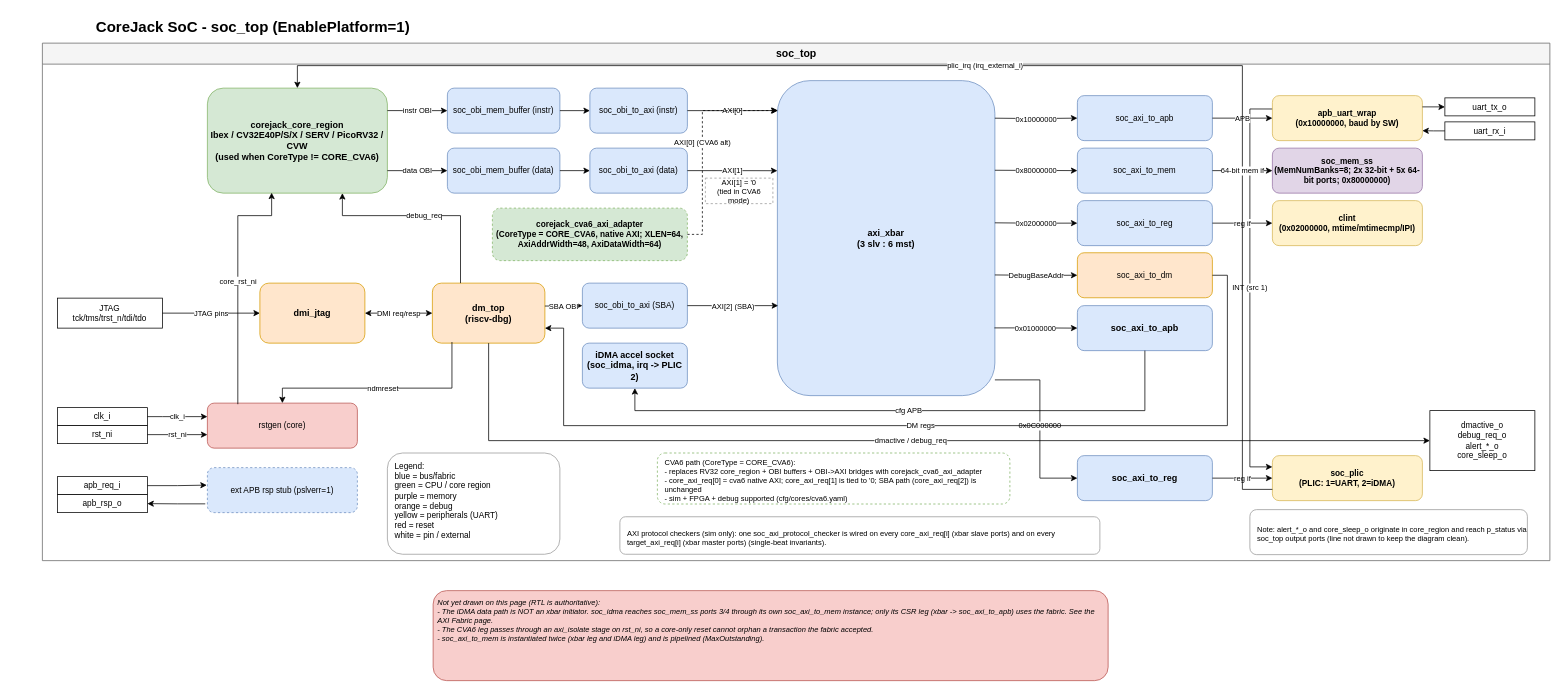
This is page "SoC Top-Level" (1 of 8) of docs/source/media/corejack_soc.drawio from patrickerich/corejack, a draw.io file, before an edit. Source tidied: cells renumbered, new cells numbered last; positions are measured from the earlier drawing's top-left corner, leaving out a move shared by most shapes. Both pictures are drawn from the tidied source at 75%, with x=0, y=0 at pixel (13, 13).
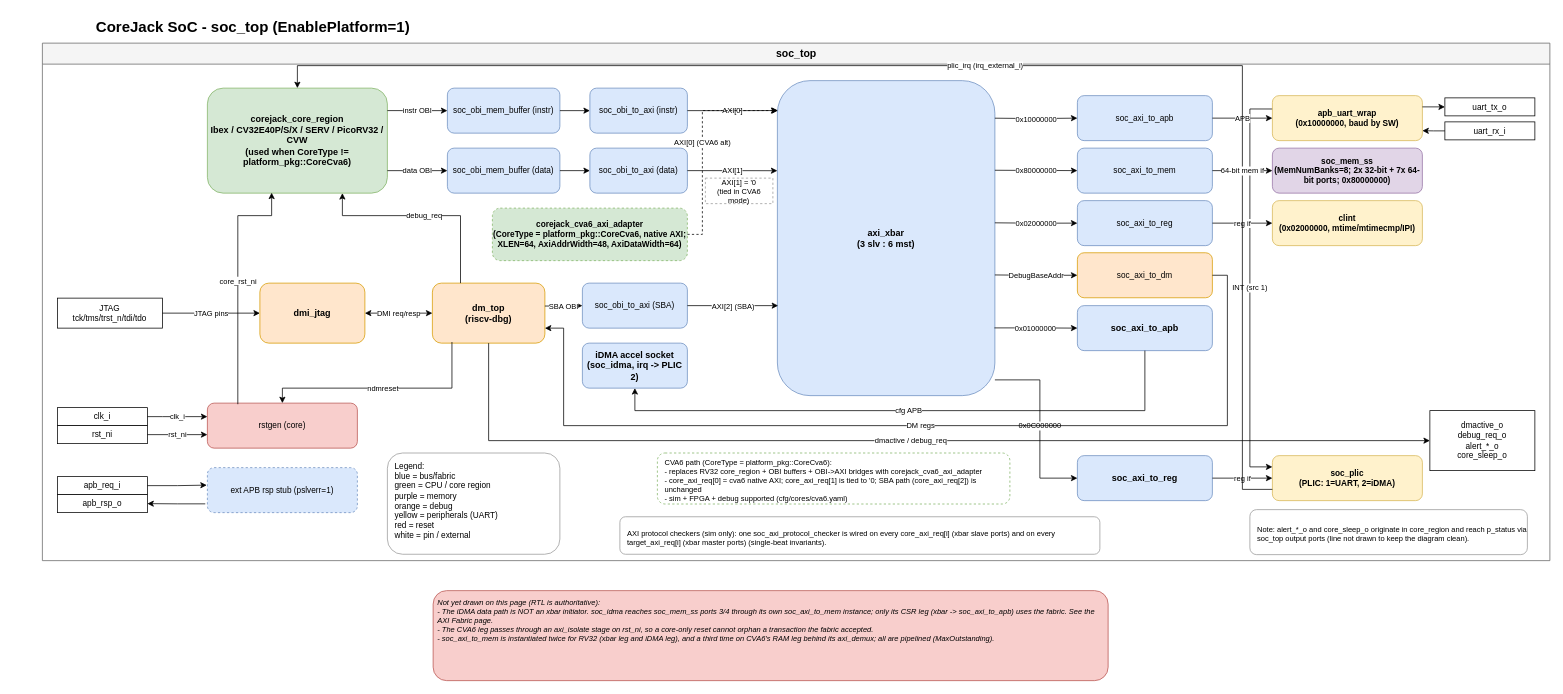
The same diagram, later.

Unchanged cells that the change refers to:
```xml
<mxCell id="3" value="soc_top" style="swimlane;fontSize=14;fontStyle=1;html=1;startSize=28;fillColor=#F5F5F5;strokeColor=#666666;swimlaneFillColor=#FFFFFF;" parent="1" vertex="1">
  <mxGeometry x="39" y="40" width="2010" height="690" as="geometry" />
</mxCell>
```

The edit, as a diff of the source:
```diff
@@
-    <mxCell id="12" value="corejack_core_region&#10;Ibex / CV32E40P/S/X / SERV / PicoRV32 / CVW&#10;(used when CoreType != CORE_CVA6)" style="rounded=1;whiteSpace=wrap;html=1;fillColor=#d5e8d4;strokeColor=#82b366;fontSize=12;fontStyle=1;verticalAlign=middle;" parent="3" vertex="1">
+    <mxCell id="12" value="corejack_core_region&#10;Ibex / CV32E40P/S/X / SERV / PicoRV32 / CVW&#10;(used when CoreType != platform_pkg::CoreCva6)" style="rounded=1;whiteSpace=wrap;html=1;fillColor=#d5e8d4;strokeColor=#82b366;fontSize=12;fontStyle=1;verticalAlign=middle;" parent="3" vertex="1">
       <mxGeometry x="220" y="60" width="240" height="140" as="geometry" />
     </mxCell>
-    <mxCell id="13" value="corejack_cva6_axi_adapter&#10;(CoreType = CORE_CVA6, native AXI; XLEN=64, AxiAddrWidth=48, AxiDataWidth=64)" style="rounded=1;whiteSpace=wrap;html=1;fillColor=#d5e8d4;strokeColor=#82b366;fontSize=11;fontStyle=1;verticalAlign=middle;dashed=1;" parent="3" vertex="1">
+    <mxCell id="13" value="corejack_cva6_axi_adapter&#10;(CoreType = platform_pkg::CoreCva6, native AXI; XLEN=64, AxiAddrWidth=48, AxiDataWidth=64)" style="rounded=1;whiteSpace=wrap;html=1;fillColor=#d5e8d4;strokeColor=#82b366;fontSize=11;fontStyle=1;verticalAlign=middle;dashed=1;" parent="3" vertex="1">
       <mxGeometry x="600" y="220" width="260" height="70" as="geometry" />
     </mxCell>
@@
-    <mxCell id="15" value="CVA6 path (CoreType = CORE_CVA6):&#10;- replaces RV32 core_region + OBI buffers + OBI-&gt;AXI bridges with corejack_cva6_axi_adapter&#10;- core_axi_req[0] = cva6 native AXI; core_axi_req[1] is tied to '0; SBA path (core_axi_req[2]) is unchanged&#10;- sim + FPGA + debug supported (cfg/cores/cva6.yaml)" style="rounded=1;whiteSpace=wrap;html=1;fillColor=#FFFFFF;strokeColor=#82b366;fontSize=10;align=left;spacingLeft=8;spacingTop=4;dashed=1;" parent="3" vertex="1">
+    <mxCell id="15" value="CVA6 path (CoreType = platform_pkg::CoreCva6):&#10;- replaces RV32 core_region + OBI buffers + OBI-&gt;AXI bridges with corejack_cva6_axi_adapter&#10;- core_axi_req[0] = cva6 native AXI; core_axi_req[1] is tied to '0; SBA path (core_axi_req[2]) is unchanged&#10;- sim + FPGA + debug supported (cfg/cores/cva6.yaml)" style="rounded=1;whiteSpace=wrap;html=1;fillColor=#FFFFFF;strokeColor=#82b366;fontSize=10;align=left;spacingLeft=8;spacingTop=4;dashed=1;" parent="3" vertex="1">
       <mxGeometry x="820" y="546.5" width="470" height="68" as="geometry" />
     </mxCell>
@@
-    <mxCell id="73" value="soc_mem_ss&#10;(MemNumBanks=8; 2x 32-bit + 5x 64-bit ports; 0x80000000)" style="rounded=1;whiteSpace=wrap;html=1;fillColor=#e1d5e7;strokeColor=#9673a6;fontSize=11;fontStyle=1;verticalAlign=middle;" parent="3" vertex="1">
+    <mxCell id="73" value="soc_mem_ss&#10;(MemNumBanks=8; 2x 32-bit + 7x 64-bit ports; 0x80000000)" style="rounded=1;whiteSpace=wrap;html=1;fillColor=#e1d5e7;strokeColor=#9673a6;fontSize=11;fontStyle=1;verticalAlign=middle;" parent="3" vertex="1">
       <mxGeometry x="1640" y="140" width="200" height="60" as="geometry" />
     </mxCell>
@@
-    <mxCell id="75" value="Not yet drawn on this page (RTL is authoritative):&#10;- The iDMA data path is NOT an xbar initiator. soc_idma reaches soc_mem_ss ports 3/4 through its own soc_axi_to_mem instance; only its CSR leg (xbar -&gt; soc_axi_to_apb) uses the fabric. See the AXI Fabric page.&#10;- The CVA6 leg passes through an axi_isolate stage on rst_ni, so a core-only reset cannot orphan a transaction the fabric accepted.&#10;- soc_axi_to_mem is instantiated twice (xbar leg and iDMA leg) and is pipelined (MaxOutstanding)." style="text;html=1;strokeColor=#b85450;fillColor=#f8cecc;align=left;verticalAlign=top;whiteSpace=wrap;rounded=1;fontSize=10;fontStyle=2;spacing=6;" parent="1" vertex="1">
+    <mxCell id="75" value="Not yet drawn on this page (RTL is authoritative):&#10;- The iDMA data path is NOT an xbar initiator. soc_idma reaches soc_mem_ss ports 3/4 through its own soc_axi_to_mem instance; only its CSR leg (xbar -&gt; soc_axi_to_apb) uses the fabric. See the AXI Fabric page.&#10;- The CVA6 leg passes through an axi_isolate stage on rst_ni, so a core-only reset cannot orphan a transaction the fabric accepted.&#10;- soc_axi_to_mem is instantiated twice for RV32 (xbar leg and iDMA leg), and a third time on CVA6's RAM leg behind its axi_demux; all are pipelined (MaxOutstanding)." style="text;html=1;strokeColor=#b85450;fillColor=#f8cecc;align=left;verticalAlign=top;whiteSpace=wrap;rounded=1;fontSize=10;fontStyle=2;spacing=6;" parent="1" vertex="1">
       <mxGeometry x="560" y="770" width="900" height="120" as="geometry" />
     </mxCell>
```
